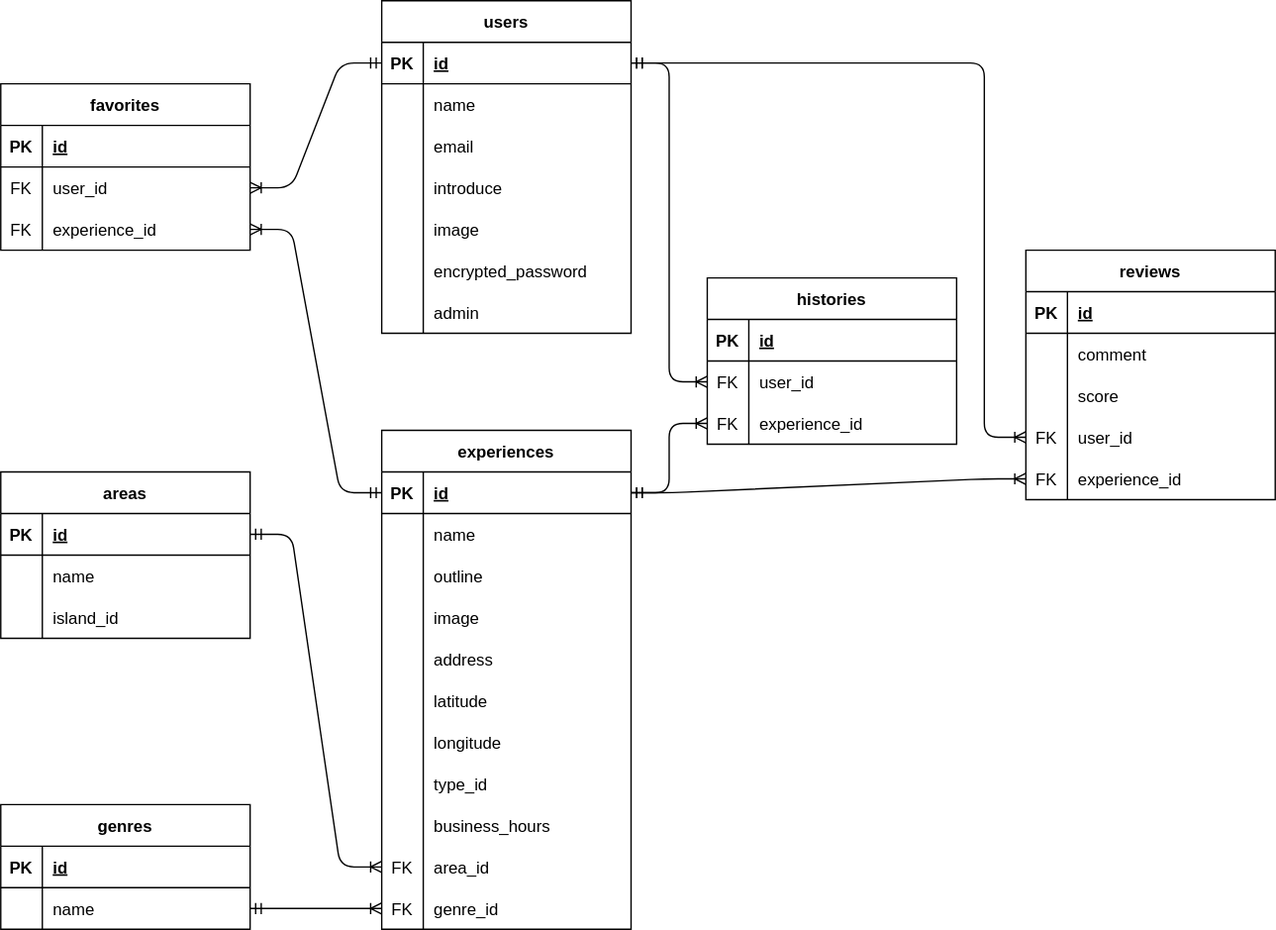
Earlier version of the draw.io export db/let's-enjoy-hawaii.drawio.svg (Yasunori-aloha/lets-enjoy-hawaii). Source tidied: cells renumbered, new cells last; positions are measured from the earlier drawing's top-left corner, leaving out a move shared by most shapes.
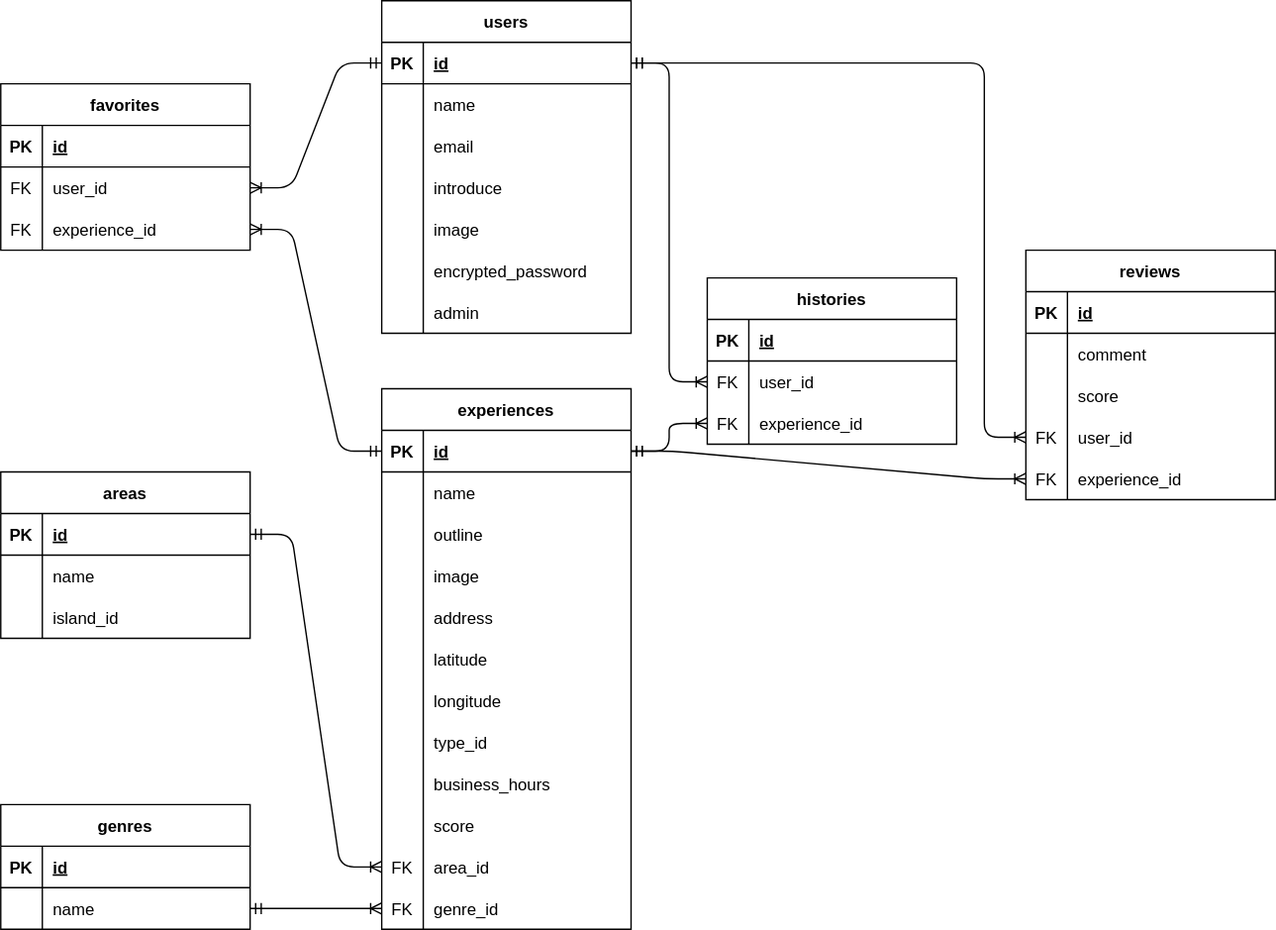
Later version of the same file.

Commit message:
README.mdの記述を修正

What changed in the source:
```diff
@@ -257,7 +257,7 @@
       <mxGeometry relative="1" as="geometry" />
     </mxCell>
     <mxCell id="85" value="experiences" style="shape=table;startSize=30;rowLines=0;fontStyle=1;align=center;" parent="1" vertex="1">
-      <mxGeometry x="275" y="310" width="180" height="360" as="geometry" />
+      <mxGeometry x="275" y="280" width="180" height="390" as="geometry" />
     </mxCell>
     <mxCell id="86" style="shape=partialRectangle;fillColor=none;top=0;left=0;bottom=1;right=0;points=[[0,0.5],[1,0.5]];portConstraint=eastwest;" parent="85" vertex="1">
       <mxGeometry y="30" width="180" height="30" as="geometry" />
@@ -340,8 +340,17 @@
     <mxCell id="112" value="business_hours" style="shape=partialRectangle;fillColor=none;top=0;left=0;bottom=0;right=0;align=left;spacingLeft=6;fontStyle=0;overflow=hidden;" parent="110" vertex="1">
       <mxGeometry x="30" width="150" height="30" as="geometry" />
     </mxCell>
+    <mxCell id="119" style="shape=partialRectangle;fillColor=none;top=0;left=0;bottom=0;right=0;" parent="85" vertex="1">
+      <mxGeometry y="300" width="180" height="30" as="geometry" />
+    </mxCell>
+    <mxCell id="120" style="shape=partialRectangle;fillColor=none;top=0;left=0;bottom=0;right=0;fontStyle=0;overflow=hidden;" parent="119" vertex="1">
+      <mxGeometry width="30" height="30" as="geometry" />
+    </mxCell>
+    <mxCell id="121" value="score" style="shape=partialRectangle;fillColor=none;top=0;left=0;bottom=0;right=0;align=left;spacingLeft=6;fontStyle=0;overflow=hidden;" parent="119" vertex="1">
+      <mxGeometry x="30" width="150" height="30" as="geometry" />
+    </mxCell>
     <mxCell id="113" style="shape=partialRectangle;fillColor=none;top=0;left=0;bottom=0;right=0;points=[[0,0.5],[1,0.5]];portConstraint=eastwest;" parent="85" vertex="1">
-      <mxGeometry y="300" width="180" height="30" as="geometry" />
+      <mxGeometry y="330" width="180" height="30" as="geometry" />
     </mxCell>
     <mxCell id="114" value="FK" style="shape=partialRectangle;fillColor=none;top=0;left=0;bottom=0;right=0;fontStyle=0;overflow=hidden;" parent="113" vertex="1">
       <mxGeometry width="30" height="30" as="geometry" />
@@ -350,7 +359,7 @@
       <mxGeometry x="30" width="150" height="30" as="geometry" />
     </mxCell>
     <mxCell id="116" style="shape=partialRectangle;fillColor=none;top=0;left=0;bottom=0;right=0;points=[[0,0.5],[1,0.5]];portConstraint=eastwest;" parent="85" vertex="1">
-      <mxGeometry y="330" width="180" height="30" as="geometry" />
+      <mxGeometry y="360" width="180" height="30" as="geometry" />
     </mxCell>
     <mxCell id="117" value="FK" style="shape=partialRectangle;fillColor=none;top=0;left=0;bottom=0;right=0;fontStyle=0;overflow=hidden;" parent="116" vertex="1">
       <mxGeometry width="30" height="30" as="geometry" />
```
